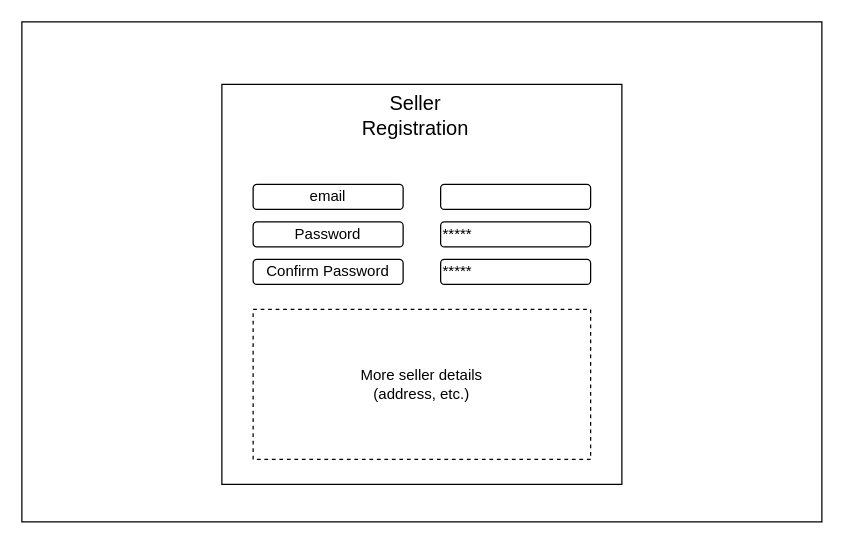
The draw.io diagram RegistrationSeller_page.drawio in malshan1998/draw.io, before the edit. Source tidied: cells renumbered, new cells numbered last; positions are measured from the earlier drawing's top-left corner, leaving out a move shared by most shapes. Both pictures are drawn from the tidied source at 125%, with x=0, y=0 at pixel (21, 21).
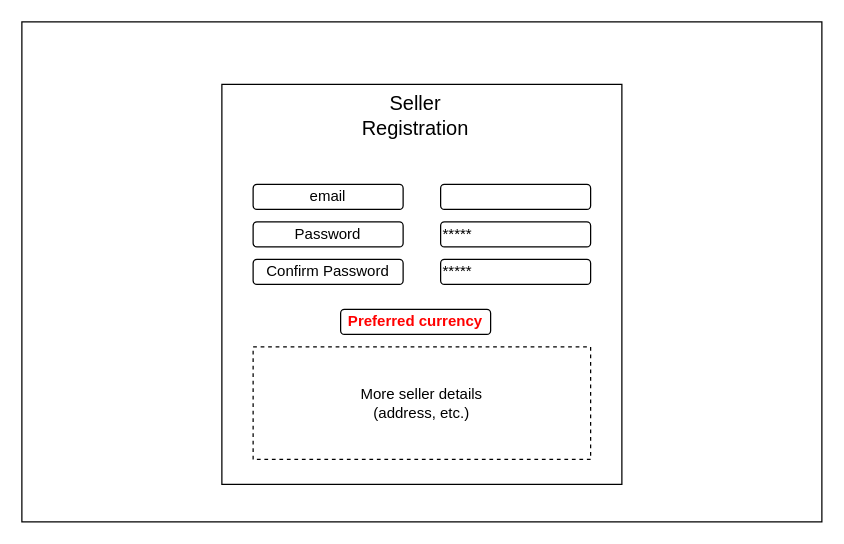
After the change.

What changed in the source:
```diff
@@
 <mxGraphModel>
   <root>
     <mxCell id="0" />
     <mxCell id="1" parent="0" />
     <mxCell id="2" style="rounded=0;whiteSpace=wrap;html=1;fillColor=none;" parent="1" vertex="1">
       <mxGeometry width="640" height="400" as="geometry" />
     </mxCell>
     <mxCell id="3" style="rounded=0;whiteSpace=wrap;html=1;fillColor=none;" parent="1" vertex="1">
       <mxGeometry x="160" y="50" width="320" height="320" as="geometry" />
     </mxCell>
     <mxCell id="4" style="rounded=1;whiteSpace=wrap;html=1;" parent="1" vertex="1">
       <mxGeometry x="335" y="130" width="120" height="20" as="geometry" />
     </mxCell>
     <mxCell id="5" value="&lt;div align=&quot;left&quot;&gt;*****&lt;/div&gt;" style="rounded=1;whiteSpace=wrap;html=1;align=left;" parent="1" vertex="1">
       <mxGeometry x="335" y="160" width="120" height="20" as="geometry" />
     </mxCell>
     <mxCell id="6" value="&lt;div align=&quot;left&quot;&gt;*****&lt;/div&gt;" style="rounded=1;whiteSpace=wrap;html=1;align=left;" parent="1" vertex="1">
       <mxGeometry x="335" y="190" width="120" height="20" as="geometry" />
     </mxCell>
     <mxCell id="7" value="Seller Registration" style="rounded=0;whiteSpace=wrap;html=1;fillColor=none;strokeColor=none;fontSize=16;" parent="1" vertex="1">
       <mxGeometry x="255" y="60" width="120" height="30" as="geometry" />
     </mxCell>
     <mxCell id="8" value="Password" style="rounded=1;whiteSpace=wrap;html=1;fillColor=none;" parent="1" vertex="1">
       <mxGeometry x="185" y="160" width="120" height="20" as="geometry" />
     </mxCell>
     <mxCell id="9" value="Confirm Password" style="rounded=1;whiteSpace=wrap;html=1;fillColor=none;" parent="1" vertex="1">
       <mxGeometry x="185" y="190" width="120" height="20" as="geometry" />
     </mxCell>
     <mxCell id="10" value="email" style="rounded=1;whiteSpace=wrap;html=1;fillColor=none;" parent="1" vertex="1">
       <mxGeometry x="185" y="130" width="120" height="20" as="geometry" />
     </mxCell>
     <mxCell id="11" value="More seller details&lt;br&gt;(address, etc.)" style="rounded=0;whiteSpace=wrap;html=1;dashed=1;" parent="1" vertex="1">
-      <mxGeometry x="185" y="230" width="270" height="120" as="geometry" />
+      <mxGeometry x="185" y="260" width="270" height="90" as="geometry" />
     </mxCell>
+    <mxCell id="12" value="&lt;div&gt;Preferred currency&lt;/div&gt;" style="rounded=1;whiteSpace=wrap;html=1;fontStyle=1;fontColor=#ff0000;" parent="1" vertex="1">
+      <mxGeometry x="255" y="230" width="120" height="20" as="geometry" />
+    </mxCell>
   </root>
 </mxGraphModel>
```
